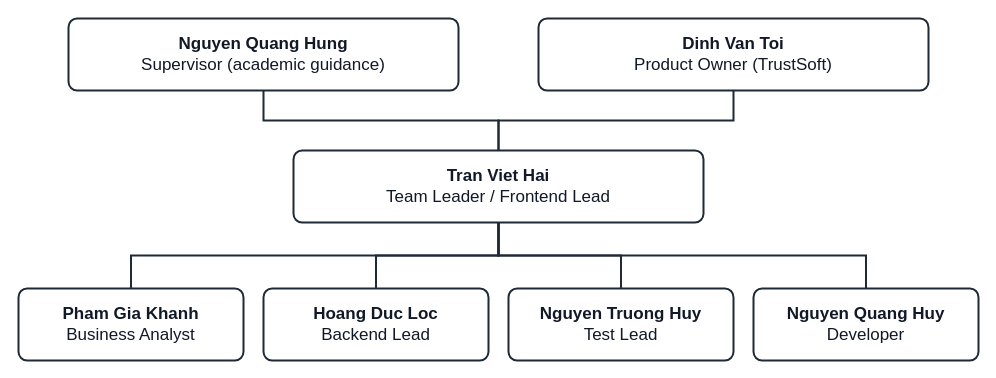
Above: docs/08-reports/source/figures/report2-org-chart.drawio in callmehai/FU-FA26-G116 (draw.io), before the change. Source tidied: cells renumbered, new cells numbered last; positions are measured from the earlier drawing's top-left corner, leaving out a move shared by most shapes. Both pictures are drawn from the tidied source at 100%, with x=0, y=0 at pixel (18, 18).
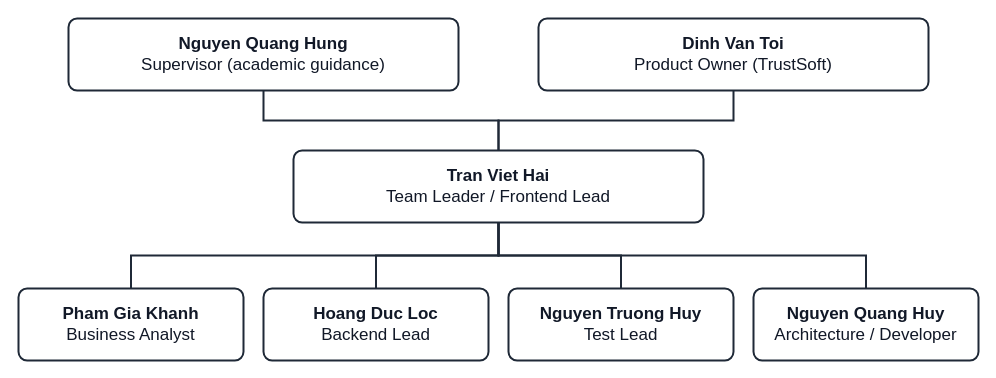
After the change.

Commit message (it also covers changes not shown here):
Report 2: khớp Report 1 và hệ thống đã làm, FE-16 vào Iteration 6, điền cột Actual đến 24/11/2026

The edit, as a diff of the source:
```diff
@@
 <mxGraphModel background="#ffffff">
   <root>
     <mxCell id="0" />
     <mxCell id="1" parent="0" />
     <mxCell id="2" value="&lt;b&gt;Nguyen Quang Hung&lt;/b&gt;&lt;br&gt;Supervisor (academic guidance)" style="rounded=1;arcSize=12;whiteSpace=wrap;html=1;fillColor=#ffffff;strokeColor=#1f2937;strokeWidth=2;fontFamily=Arial;fontSize=17;fontColor=#111827;spacing=6;" parent="1" vertex="1">
       <mxGeometry x="50" width="390" height="72" as="geometry" />
     </mxCell>
     <mxCell id="3" value="&lt;b&gt;Dinh Van Toi&lt;/b&gt;&lt;br&gt;Product Owner (TrustSoft)" style="rounded=1;arcSize=12;whiteSpace=wrap;html=1;fillColor=#ffffff;strokeColor=#1f2937;strokeWidth=2;fontFamily=Arial;fontSize=17;fontColor=#111827;spacing=6;" parent="1" vertex="1">
       <mxGeometry x="520" width="390" height="72" as="geometry" />
     </mxCell>
     <mxCell id="4" value="&lt;b&gt;Tran Viet Hai&lt;/b&gt;&lt;br&gt;Team Leader / Frontend Lead" style="rounded=1;arcSize=12;whiteSpace=wrap;html=1;fillColor=#ffffff;strokeColor=#1f2937;strokeWidth=2;fontFamily=Arial;fontSize=17;fontColor=#111827;spacing=6;" parent="1" vertex="1">
       <mxGeometry x="275" y="132" width="410" height="72" as="geometry" />
     </mxCell>
     <mxCell id="5" value="&lt;b&gt;Pham Gia Khanh&lt;/b&gt;&lt;br&gt;Business Analyst" style="rounded=1;arcSize=12;whiteSpace=wrap;html=1;fillColor=#ffffff;strokeColor=#1f2937;strokeWidth=2;fontFamily=Arial;fontSize=17;fontColor=#111827;spacing=4;" parent="1" vertex="1">
       <mxGeometry y="270" width="225" height="72" as="geometry" />
     </mxCell>
     <mxCell id="6" value="&lt;b&gt;Hoang Duc Loc&lt;/b&gt;&lt;br&gt;Backend Lead" style="rounded=1;arcSize=12;whiteSpace=wrap;html=1;fillColor=#ffffff;strokeColor=#1f2937;strokeWidth=2;fontFamily=Arial;fontSize=17;fontColor=#111827;spacing=4;" parent="1" vertex="1">
       <mxGeometry x="245" y="270" width="225" height="72" as="geometry" />
     </mxCell>
     <mxCell id="7" value="&lt;b&gt;Nguyen Truong Huy&lt;/b&gt;&lt;br&gt;Test Lead" style="rounded=1;arcSize=12;whiteSpace=wrap;html=1;fillColor=#ffffff;strokeColor=#1f2937;strokeWidth=2;fontFamily=Arial;fontSize=17;fontColor=#111827;spacing=4;" parent="1" vertex="1">
       <mxGeometry x="490" y="270" width="225" height="72" as="geometry" />
     </mxCell>
-    <mxCell id="8" value="&lt;b&gt;Nguyen Quang Huy&lt;/b&gt;&lt;br&gt;Developer" style="rounded=1;arcSize=12;whiteSpace=wrap;html=1;fillColor=#ffffff;strokeColor=#1f2937;strokeWidth=2;fontFamily=Arial;fontSize=17;fontColor=#111827;spacing=4;" parent="1" vertex="1">
+    <mxCell id="8" value="&lt;b&gt;Nguyen Quang Huy&lt;/b&gt;&lt;br&gt;Architecture / Developer" style="rounded=1;arcSize=12;whiteSpace=wrap;html=1;fillColor=#ffffff;strokeColor=#1f2937;strokeWidth=2;fontFamily=Arial;fontSize=17;fontColor=#111827;spacing=4;" parent="1" vertex="1">
       <mxGeometry x="735" y="270" width="225" height="72" as="geometry" />
     </mxCell>
     <mxCell id="9" style="edgeStyle=orthogonalEdgeStyle;rounded=0;html=1;endArrow=none;strokeColor=#1f2937;strokeWidth=2;exitX=0.5;exitY=1;entryX=0.5;entryY=0;" parent="1" edge="1" source="2" target="4">
       <mxGeometry relative="1" as="geometry" />
     </mxCell>
     <mxCell id="10" style="edgeStyle=orthogonalEdgeStyle;rounded=0;html=1;endArrow=none;strokeColor=#1f2937;strokeWidth=2;exitX=0.5;exitY=1;entryX=0.5;entryY=0;" parent="1" edge="1" source="3" target="4">
       <mxGeometry relative="1" as="geometry" />
     </mxCell>
     <mxCell id="11" style="edgeStyle=orthogonalEdgeStyle;rounded=0;html=1;endArrow=none;strokeColor=#1f2937;strokeWidth=2;exitX=0.5;exitY=1;entryX=0.5;entryY=0;" parent="1" edge="1" source="4" target="5">
       <mxGeometry relative="1" as="geometry" />
     </mxCell>
     <mxCell id="12" style="edgeStyle=orthogonalEdgeStyle;rounded=0;html=1;endArrow=none;strokeColor=#1f2937;strokeWidth=2;exitX=0.5;exitY=1;entryX=0.5;entryY=0;" parent="1" edge="1" source="4" target="6">
       <mxGeometry relative="1" as="geometry" />
     </mxCell>
     <mxCell id="13" style="edgeStyle=orthogonalEdgeStyle;rounded=0;html=1;endArrow=none;strokeColor=#1f2937;strokeWidth=2;exitX=0.5;exitY=1;entryX=0.5;entryY=0;" parent="1" edge="1" source="4" target="7">
       <mxGeometry relative="1" as="geometry" />
     </mxCell>
     <mxCell id="14" style="edgeStyle=orthogonalEdgeStyle;rounded=0;html=1;endArrow=none;strokeColor=#1f2937;strokeWidth=2;exitX=0.5;exitY=1;entryX=0.5;entryY=0;" parent="1" edge="1" source="4" target="8">
       <mxGeometry relative="1" as="geometry" />
     </mxCell>
   </root>
 </mxGraphModel>
```
